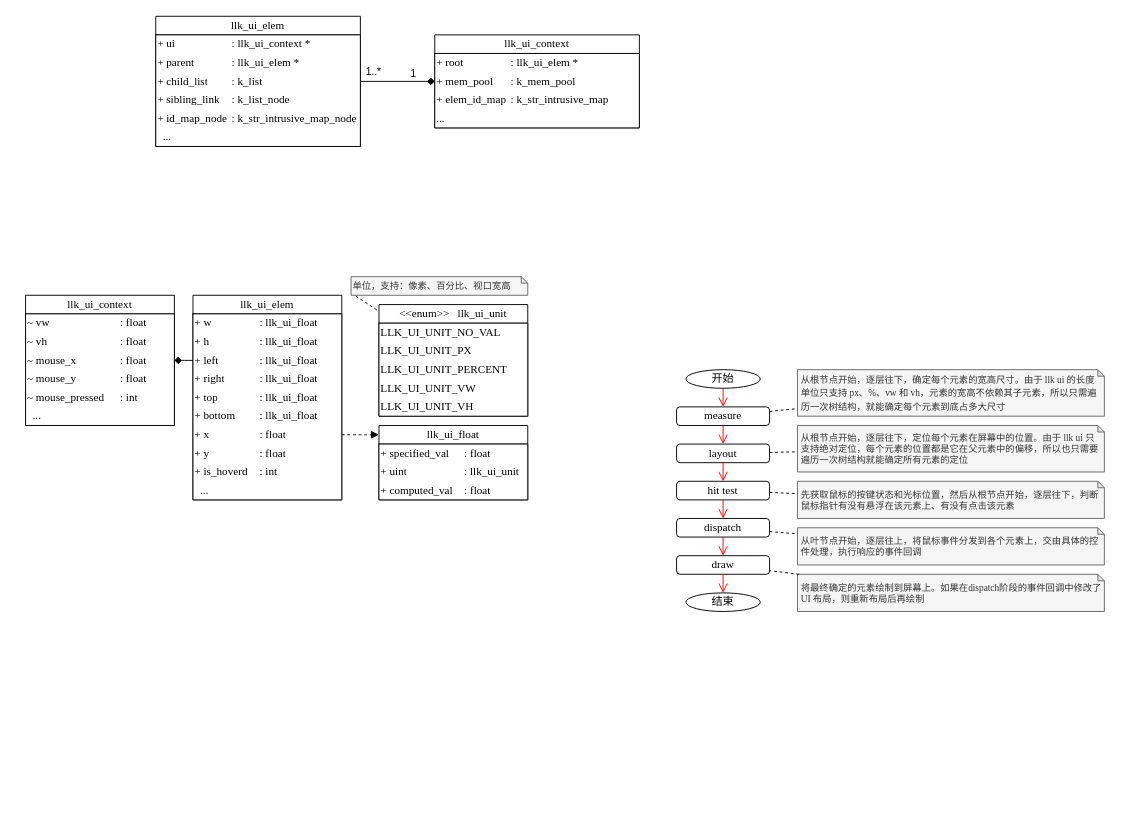
szdxdxdx/k_game keeps this draw.io diagram as page "llk UI" (17 of 18) of docs/drawio/k_game.drawio. Above is the earlier version. Source tidied: cells renumbered, new cells numbered last; positions are measured from the earlier drawing's top-left corner, leaving out a move shared by most shapes. Both pictures are drawn from the tidied source at 93%, with x=0, y=0 at pixel (25, 16).
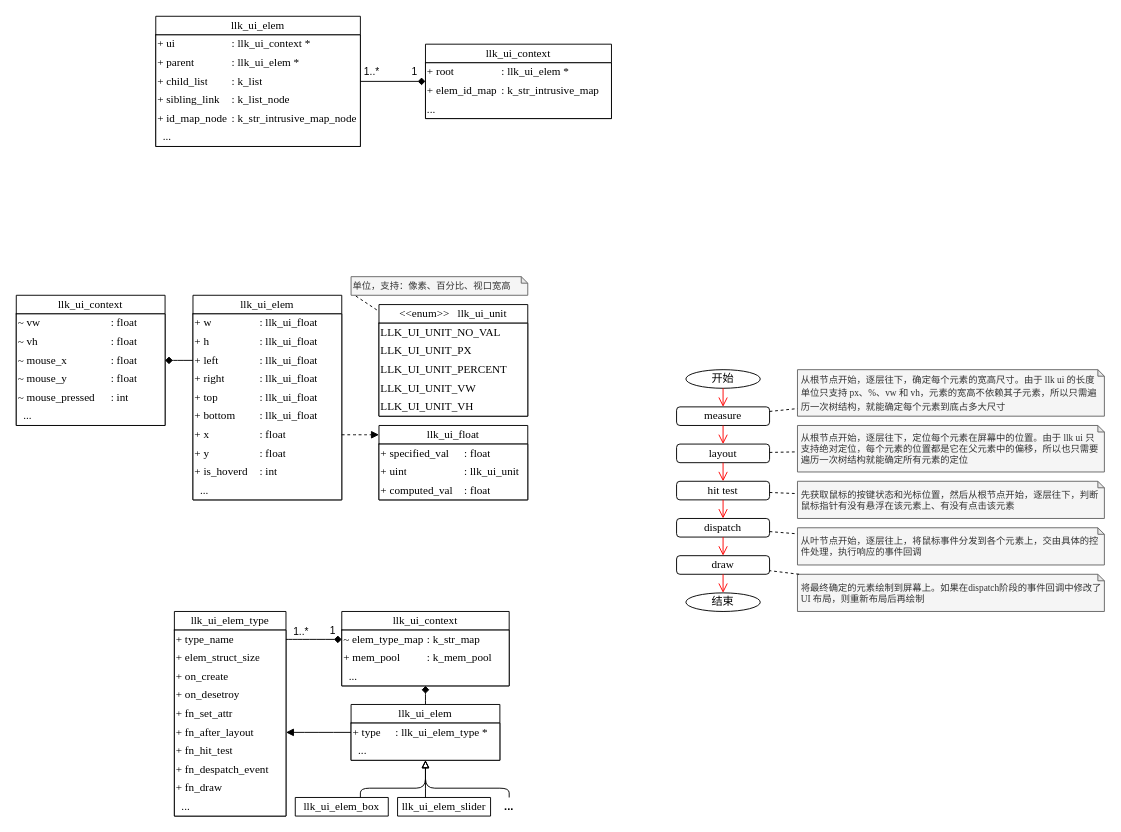
The same diagram, later.

Unchanged cells that the change refers to:
```xml
<mxCell id="36" style="endArrow=none;html=1;rounded=0;strokeColor=default;startArrow=diamond;startFill=1;" parent="1" edge="1" source="22" target="2">
  <mxGeometry relative="1" as="geometry" />
</mxCell>
```

Diff of the diagram source:
```diff
@@
     <mxCell id="22" value="&lt;font face=&quot;Times New Roman&quot;&gt;llk_ui_context&lt;/font&gt;" style="swimlane;fontStyle=0;horizontal=1;startSize=20;fillColor=#FFFFFF;whiteSpace=wrap;html=1;labelBackgroundColor=default;" parent="1" vertex="1">
-      <mxGeometry x="440" y="20" width="220" height="100" as="geometry" />
+      <mxGeometry x="430" y="30" width="200" height="80" as="geometry" />
     </mxCell>
     <mxCell id="23" style="shape=table;html=1;whiteSpace=wrap;startSize=0;childLayout=tableLayout;columnLines=0;rowLines=0;fontSize=16;strokeColor=default;align=left;" parent="22" vertex="1">
-      <mxGeometry y="20" width="220" height="80" as="geometry" />
+      <mxGeometry y="20" width="200" height="60" as="geometry" />
     </mxCell>
     <mxCell id="24" style="shape=tableRow;horizontal=0;startSize=0;swimlaneHead=0;swimlaneBody=0;top=0;left=0;bottom=0;right=0;fillColor=none;fontSize=16;strokeColor=inherit;" parent="23" vertex="1">
-      <mxGeometry width="220" height="20" as="geometry" />
+      <mxGeometry width="200" height="20" as="geometry" />
     </mxCell>
@@
     <mxCell id="26" value=":&amp;nbsp;llk_ui_elem *" style="shape=partialRectangle;html=1;whiteSpace=wrap;fillColor=none;top=0;left=0;bottom=0;right=0;overflow=hidden;fontSize=12;strokeColor=inherit;align=left;fontFamily=Times New Roman;" parent="24" vertex="1">
-      <mxGeometry x="80" width="140" height="20" as="geometry" />
+      <mxGeometry x="80" width="120" height="20" as="geometry" />
     </mxCell>
-    <mxCell id="27" style="shape=tableRow;horizontal=0;startSize=0;swimlaneHead=0;swimlaneBody=0;top=0;left=0;bottom=0;right=0;fillColor=none;fontSize=16;strokeColor=inherit;" parent="23" vertex="1">
-      <mxGeometry y="20" width="220" height="20" as="geometry" />
-    </mxCell>
-    <mxCell id="28" value="+ mem_pool" style="shape=partialRectangle;html=1;whiteSpace=wrap;fillColor=none;top=0;left=0;bottom=0;right=0;overflow=hidden;fontSize=12;strokeColor=inherit;align=left;fontFamily=Times New Roman;" parent="27" vertex="1">
-      <mxGeometry width="80" height="20" as="geometry" />
-    </mxCell>
-    <mxCell id="29" value=": k_mem_pool" style="shape=partialRectangle;html=1;whiteSpace=wrap;fillColor=none;top=0;left=0;bottom=0;right=0;overflow=hidden;fontSize=12;strokeColor=inherit;align=left;fontFamily=Times New Roman;" parent="27" vertex="1">
-      <mxGeometry x="80" width="140" height="20" as="geometry" />
-    </mxCell>
     <mxCell id="30" style="shape=tableRow;horizontal=0;startSize=0;swimlaneHead=0;swimlaneBody=0;top=0;left=0;bottom=0;right=0;fillColor=none;fontSize=16;strokeColor=inherit;" parent="23" vertex="1">
-      <mxGeometry y="40" width="220" height="20" as="geometry" />
+      <mxGeometry y="20" width="200" height="20" as="geometry" />
     </mxCell>
@@
     <mxCell id="32" value=": k_str_intrusive_map" style="shape=partialRectangle;html=1;whiteSpace=wrap;fillColor=none;top=0;left=0;bottom=0;right=0;overflow=hidden;fontSize=12;strokeColor=inherit;align=left;fontFamily=Times New Roman;" parent="30" vertex="1">
-      <mxGeometry x="80" width="140" height="20" as="geometry" />
+      <mxGeometry x="80" width="120" height="20" as="geometry" />
     </mxCell>
     <mxCell id="33" style="shape=tableRow;horizontal=0;startSize=0;swimlaneHead=0;swimlaneBody=0;top=0;left=0;bottom=0;right=0;fillColor=none;fontSize=16;strokeColor=inherit;" parent="23" vertex="1">
-      <mxGeometry y="60" width="220" height="20" as="geometry" />
+      <mxGeometry y="40" width="200" height="20" as="geometry" />
     </mxCell>
@@
     <mxCell id="35" style="shape=partialRectangle;html=1;whiteSpace=wrap;fillColor=none;top=0;left=0;bottom=0;right=0;overflow=hidden;fontSize=12;strokeColor=inherit;align=left;fontFamily=Times New Roman;" parent="33" vertex="1">
-      <mxGeometry x="80" width="140" height="20" as="geometry" />
+      <mxGeometry x="80" width="120" height="20" as="geometry" />
     </mxCell>
@@
     <mxCell id="38" value="1" style="edgeLabel;html=1;align=center;verticalAlign=middle;" parent="36" vertex="1">
       <mxGeometry x="-0.58" y="1" relative="1" as="geometry">
-        <mxPoint x="-7" y="-10" as="offset" />
+        <mxPoint x="2" y="-12" as="offset" />
       </mxGeometry>
     </mxCell>
@@
     <mxCell id="94" value="&lt;font face=&quot;Times New Roman&quot;&gt;llk_ui_context&lt;/font&gt;" style="swimlane;fontStyle=0;horizontal=1;startSize=20;fillColor=#FFFFFF;whiteSpace=wrap;html=1;labelBackgroundColor=default;" parent="1" vertex="1">
-      <mxGeometry y="300" width="160" height="140" as="geometry" />
+      <mxGeometry x="-10" y="300" width="160" height="140" as="geometry" />
     </mxCell>
@@
+    <mxCell id="141" value="&lt;font face=&quot;Times New Roman&quot;&gt;llk_ui_elem&lt;/font&gt;" style="swimlane;fontStyle=0;horizontal=1;startSize=20;fillColor=#FFFFFF;whiteSpace=wrap;html=1;labelBackgroundColor=default;" parent="1" vertex="1">
+      <mxGeometry x="350" y="740" width="160" height="60" as="geometry" />
+    </mxCell>
+    <mxCell id="142" style="shape=table;html=1;whiteSpace=wrap;startSize=0;childLayout=tableLayout;columnLines=0;rowLines=0;fontSize=16;strokeColor=default;align=left;" parent="141" vertex="1">
+      <mxGeometry y="20" width="160" height="40" as="geometry" />
+    </mxCell>
+    <mxCell id="143" style="shape=tableRow;horizontal=0;startSize=0;swimlaneHead=0;swimlaneBody=0;top=0;left=0;bottom=0;right=0;fillColor=none;fontSize=16;strokeColor=inherit;" parent="142" vertex="1">
+      <mxGeometry width="160" height="20" as="geometry" />
+    </mxCell>
+    <mxCell id="144" value="+ type" style="shape=partialRectangle;html=1;whiteSpace=wrap;fillColor=none;top=0;left=0;bottom=0;right=0;overflow=hidden;fontSize=12;strokeColor=inherit;align=left;fontFamily=Times New Roman;" parent="143" vertex="1">
+      <mxGeometry width="46" height="20" as="geometry" />
+    </mxCell>
+    <mxCell id="145" value=":&amp;nbsp;llk_ui_elem_type *" style="shape=partialRectangle;html=1;whiteSpace=wrap;fillColor=none;top=0;left=0;bottom=0;right=0;overflow=hidden;fontSize=12;strokeColor=inherit;align=left;fontFamily=Times New Roman;" parent="143" vertex="1">
+      <mxGeometry x="46" width="114" height="20" as="geometry" />
+    </mxCell>
+    <mxCell id="146" style="shape=tableRow;horizontal=0;startSize=0;swimlaneHead=0;swimlaneBody=0;top=0;left=0;bottom=0;right=0;fillColor=none;fontSize=16;strokeColor=inherit;" parent="142" vertex="1">
+      <mxGeometry y="20" width="160" height="20" as="geometry" />
+    </mxCell>
+    <mxCell id="147" value="&amp;nbsp; ..." style="shape=partialRectangle;html=1;whiteSpace=wrap;fillColor=none;top=0;left=0;bottom=0;right=0;overflow=hidden;fontSize=12;strokeColor=inherit;align=left;fontFamily=Times New Roman;" parent="146" vertex="1">
+      <mxGeometry width="46" height="20" as="geometry" />
+    </mxCell>
+    <mxCell id="148" style="shape=partialRectangle;html=1;whiteSpace=wrap;fillColor=none;top=0;left=0;bottom=0;right=0;overflow=hidden;fontSize=12;strokeColor=inherit;align=left;fontFamily=Times New Roman;" parent="146" vertex="1">
+      <mxGeometry x="46" width="114" height="20" as="geometry" />
+    </mxCell>
+    <mxCell id="149" value="&lt;font face=&quot;Times New Roman&quot;&gt;llk_ui_elem_type&lt;/font&gt;" style="swimlane;fontStyle=0;horizontal=1;startSize=20;fillColor=#FFFFFF;whiteSpace=wrap;html=1;labelBackgroundColor=default;" parent="1" vertex="1">
+      <mxGeometry x="160" y="640" width="120" height="220" as="geometry" />
+    </mxCell>
+    <mxCell id="150" style="shape=table;html=1;whiteSpace=wrap;startSize=0;childLayout=tableLayout;columnLines=0;rowLines=0;fontSize=16;strokeColor=default;align=left;" parent="149" vertex="1">
+      <mxGeometry y="20" width="120" height="200" as="geometry" />
+    </mxCell>
+    <mxCell id="151" style="shape=tableRow;horizontal=0;startSize=0;swimlaneHead=0;swimlaneBody=0;top=0;left=0;bottom=0;right=0;fillColor=none;fontSize=16;strokeColor=inherit;" parent="150" vertex="1">
+      <mxGeometry width="120" height="20" as="geometry" />
+    </mxCell>
+    <mxCell id="152" value="+ type_name" style="shape=partialRectangle;html=1;whiteSpace=wrap;fillColor=none;top=0;left=0;bottom=0;right=0;overflow=hidden;fontSize=12;strokeColor=inherit;align=left;fontFamily=Times New Roman;" parent="151" vertex="1">
+      <mxGeometry width="120" height="20" as="geometry" />
+    </mxCell>
+    <mxCell id="153" style="shape=tableRow;horizontal=0;startSize=0;swimlaneHead=0;swimlaneBody=0;top=0;left=0;bottom=0;right=0;fillColor=none;fontSize=16;strokeColor=inherit;" parent="150" vertex="1">
+      <mxGeometry y="20" width="120" height="20" as="geometry" />
+    </mxCell>
+    <mxCell id="154" value="+ elem_struct_size" style="shape=partialRectangle;html=1;whiteSpace=wrap;fillColor=none;top=0;left=0;bottom=0;right=0;overflow=hidden;fontSize=12;strokeColor=inherit;align=left;fontFamily=Times New Roman;" parent="153" vertex="1">
+      <mxGeometry width="120" height="20" as="geometry" />
+    </mxCell>
+    <mxCell id="155" style="shape=tableRow;horizontal=0;startSize=0;swimlaneHead=0;swimlaneBody=0;top=0;left=0;bottom=0;right=0;fillColor=none;fontSize=16;strokeColor=inherit;" parent="150" vertex="1">
+      <mxGeometry y="40" width="120" height="20" as="geometry" />
+    </mxCell>
+    <mxCell id="156" value="+ on_create" style="shape=partialRectangle;html=1;whiteSpace=wrap;fillColor=none;top=0;left=0;bottom=0;right=0;overflow=hidden;fontSize=12;strokeColor=inherit;align=left;fontFamily=Times New Roman;" parent="155" vertex="1">
+      <mxGeometry width="120" height="20" as="geometry" />
+    </mxCell>
+    <mxCell id="157" style="shape=tableRow;horizontal=0;startSize=0;swimlaneHead=0;swimlaneBody=0;top=0;left=0;bottom=0;right=0;fillColor=none;fontSize=16;strokeColor=inherit;" parent="150" vertex="1">
+      <mxGeometry y="60" width="120" height="20" as="geometry" />
+    </mxCell>
+    <mxCell id="158" value="+ on_desetroy" style="shape=partialRectangle;html=1;whiteSpace=wrap;fillColor=none;top=0;left=0;bottom=0;right=0;overflow=hidden;fontSize=12;strokeColor=inherit;align=left;fontFamily=Times New Roman;" parent="157" vertex="1">
+      <mxGeometry width="120" height="20" as="geometry" />
+    </mxCell>
+    <mxCell id="159" style="shape=tableRow;horizontal=0;startSize=0;swimlaneHead=0;swimlaneBody=0;top=0;left=0;bottom=0;right=0;fillColor=none;fontSize=16;strokeColor=inherit;" parent="150" vertex="1">
+      <mxGeometry y="80" width="120" height="20" as="geometry" />
+    </mxCell>
+    <mxCell id="160" value="+ fn_set_attr" style="shape=partialRectangle;html=1;whiteSpace=wrap;fillColor=none;top=0;left=0;bottom=0;right=0;overflow=hidden;fontSize=12;strokeColor=inherit;align=left;fontFamily=Times New Roman;" parent="159" vertex="1">
+      <mxGeometry width="120" height="20" as="geometry" />
+    </mxCell>
+    <mxCell id="161" style="shape=tableRow;horizontal=0;startSize=0;swimlaneHead=0;swimlaneBody=0;top=0;left=0;bottom=0;right=0;fillColor=none;fontSize=16;strokeColor=inherit;" parent="150" vertex="1">
+      <mxGeometry y="100" width="120" height="20" as="geometry" />
+    </mxCell>
+    <mxCell id="162" value="+ fn_after_layout" style="shape=partialRectangle;html=1;whiteSpace=wrap;fillColor=none;top=0;left=0;bottom=0;right=0;overflow=hidden;fontSize=12;strokeColor=inherit;align=left;fontFamily=Times New Roman;" parent="161" vertex="1">
+      <mxGeometry width="120" height="20" as="geometry" />
+    </mxCell>
+    <mxCell id="163" style="shape=tableRow;horizontal=0;startSize=0;swimlaneHead=0;swimlaneBody=0;top=0;left=0;bottom=0;right=0;fillColor=none;fontSize=16;strokeColor=inherit;" parent="150" vertex="1">
+      <mxGeometry y="120" width="120" height="20" as="geometry" />
+    </mxCell>
+    <mxCell id="164" value="+ fn_hit_test" style="shape=partialRectangle;html=1;whiteSpace=wrap;fillColor=none;top=0;left=0;bottom=0;right=0;overflow=hidden;fontSize=12;strokeColor=inherit;align=left;fontFamily=Times New Roman;" parent="163" vertex="1">
+      <mxGeometry width="120" height="20" as="geometry" />
+    </mxCell>
+    <mxCell id="165" style="shape=tableRow;horizontal=0;startSize=0;swimlaneHead=0;swimlaneBody=0;top=0;left=0;bottom=0;right=0;fillColor=none;fontSize=16;strokeColor=inherit;" parent="150" vertex="1">
+      <mxGeometry y="140" width="120" height="20" as="geometry" />
+    </mxCell>
+    <mxCell id="166" value="+ fn_despatch_event" style="shape=partialRectangle;html=1;whiteSpace=wrap;fillColor=none;top=0;left=0;bottom=0;right=0;overflow=hidden;fontSize=12;strokeColor=inherit;align=left;fontFamily=Times New Roman;" parent="165" vertex="1">
+      <mxGeometry width="120" height="20" as="geometry" />
+    </mxCell>
+    <mxCell id="167" style="shape=tableRow;horizontal=0;startSize=0;swimlaneHead=0;swimlaneBody=0;top=0;left=0;bottom=0;right=0;fillColor=none;fontSize=16;strokeColor=inherit;" parent="150" vertex="1">
+      <mxGeometry y="160" width="120" height="20" as="geometry" />
+    </mxCell>
+    <mxCell id="168" value="+ fn_draw" style="shape=partialRectangle;html=1;whiteSpace=wrap;fillColor=none;top=0;left=0;bottom=0;right=0;overflow=hidden;fontSize=12;strokeColor=inherit;align=left;fontFamily=Times New Roman;" parent="167" vertex="1">
+      <mxGeometry width="120" height="20" as="geometry" />
+    </mxCell>
+    <mxCell id="169" style="shape=tableRow;horizontal=0;startSize=0;swimlaneHead=0;swimlaneBody=0;top=0;left=0;bottom=0;right=0;fillColor=none;fontSize=16;strokeColor=inherit;" parent="150" vertex="1">
+      <mxGeometry y="180" width="120" height="20" as="geometry" />
+    </mxCell>
+    <mxCell id="170" value="&amp;nbsp; ..." style="shape=partialRectangle;html=1;whiteSpace=wrap;fillColor=none;top=0;left=0;bottom=0;right=0;overflow=hidden;fontSize=12;strokeColor=inherit;align=left;fontFamily=Times New Roman;" parent="169" vertex="1">
+      <mxGeometry width="120" height="20" as="geometry" />
+    </mxCell>
+    <mxCell id="171" value="&lt;font face=&quot;Times New Roman&quot;&gt;llk_ui_context&lt;/font&gt;" style="swimlane;fontStyle=0;horizontal=1;startSize=20;fillColor=#FFFFFF;whiteSpace=wrap;html=1;labelBackgroundColor=default;" parent="1" vertex="1">
+      <mxGeometry x="340" y="640" width="180" height="80" as="geometry" />
+    </mxCell>
+    <mxCell id="172" style="shape=table;html=1;whiteSpace=wrap;startSize=0;childLayout=tableLayout;columnLines=0;rowLines=0;fontSize=16;strokeColor=default;align=left;" parent="171" vertex="1">
+      <mxGeometry y="20" width="180" height="60" as="geometry" />
+    </mxCell>
+    <mxCell id="173" style="shape=tableRow;horizontal=0;startSize=0;swimlaneHead=0;swimlaneBody=0;top=0;left=0;bottom=0;right=0;fillColor=none;fontSize=16;strokeColor=inherit;" parent="172" vertex="1">
+      <mxGeometry width="180" height="20" as="geometry" />
+    </mxCell>
+    <mxCell id="174" value="~ elem_type_map" style="shape=partialRectangle;html=1;whiteSpace=wrap;fillColor=none;top=0;left=0;bottom=0;right=0;overflow=hidden;fontSize=12;strokeColor=inherit;align=left;fontFamily=Times New Roman;" parent="173" vertex="1">
+      <mxGeometry width="90" height="20" as="geometry" />
+    </mxCell>
+    <mxCell id="175" value=": k_str_map" style="shape=partialRectangle;html=1;whiteSpace=wrap;fillColor=none;top=0;left=0;bottom=0;right=0;overflow=hidden;fontSize=12;strokeColor=inherit;align=left;fontFamily=Times New Roman;" parent="173" vertex="1">
+      <mxGeometry x="90" width="90" height="20" as="geometry" />
+    </mxCell>
+    <mxCell id="176" style="shape=tableRow;horizontal=0;startSize=0;swimlaneHead=0;swimlaneBody=0;top=0;left=0;bottom=0;right=0;fillColor=none;fontSize=16;strokeColor=inherit;" parent="172" vertex="1">
+      <mxGeometry y="20" width="180" height="20" as="geometry" />
+    </mxCell>
+    <mxCell id="28" value="+ mem_pool" style="shape=partialRectangle;html=1;whiteSpace=wrap;fillColor=none;top=0;left=0;bottom=0;right=0;overflow=hidden;fontSize=12;strokeColor=inherit;align=left;fontFamily=Times New Roman;" parent="176" vertex="1">
+      <mxGeometry width="90" height="20" as="geometry" />
+    </mxCell>
+    <mxCell id="29" value=": k_mem_pool" style="shape=partialRectangle;html=1;whiteSpace=wrap;fillColor=none;top=0;left=0;bottom=0;right=0;overflow=hidden;fontSize=12;strokeColor=inherit;align=left;fontFamily=Times New Roman;" parent="176" vertex="1">
+      <mxGeometry x="90" width="90" height="20" as="geometry" />
+    </mxCell>
+    <mxCell id="177" style="shape=tableRow;horizontal=0;startSize=0;swimlaneHead=0;swimlaneBody=0;top=0;left=0;bottom=0;right=0;fillColor=none;fontSize=16;strokeColor=inherit;" parent="172" vertex="1">
+      <mxGeometry y="40" width="180" height="20" as="geometry" />
+    </mxCell>
+    <mxCell id="178" value="&amp;nbsp; ..." style="shape=partialRectangle;html=1;whiteSpace=wrap;fillColor=none;top=0;left=0;bottom=0;right=0;overflow=hidden;fontSize=12;strokeColor=inherit;align=left;fontFamily=Times New Roman;" parent="177" vertex="1">
+      <mxGeometry width="90" height="20" as="geometry" />
+    </mxCell>
+    <mxCell id="179" style="shape=partialRectangle;html=1;whiteSpace=wrap;fillColor=none;top=0;left=0;bottom=0;right=0;overflow=hidden;fontSize=12;strokeColor=inherit;align=left;fontFamily=Times New Roman;" parent="177" vertex="1">
+      <mxGeometry x="90" width="90" height="20" as="geometry" />
+    </mxCell>
+    <mxCell id="180" style="endArrow=block;html=1;rounded=0;edgeStyle=orthogonalEdgeStyle;curved=1;endFill=1;" parent="1" edge="1" source="141" target="149">
+      <mxGeometry relative="1" as="geometry">
+        <Array as="points">
+          <mxPoint x="310" y="770" />
+          <mxPoint x="310" y="770" />
+        </Array>
+      </mxGeometry>
+    </mxCell>
+    <mxCell id="181" style="endArrow=none;html=1;rounded=0;strokeColor=default;startArrow=diamond;startFill=1;edgeStyle=orthogonalEdgeStyle;curved=1;" parent="1" edge="1" source="171" target="149">
+      <mxGeometry relative="1" as="geometry">
+        <Array as="points">
+          <mxPoint x="290" y="670" />
+          <mxPoint x="290" y="670" />
+        </Array>
+      </mxGeometry>
+    </mxCell>
+    <mxCell id="182" value="1..*" style="edgeLabel;html=1;align=center;verticalAlign=middle;" parent="181" vertex="1">
+      <mxGeometry x="0.58" y="1" relative="1" as="geometry">
+        <mxPoint x="2" y="-10" as="offset" />
+      </mxGeometry>
+    </mxCell>
+    <mxCell id="183" value="1" style="edgeLabel;html=1;align=center;verticalAlign=middle;" parent="181" vertex="1">
+      <mxGeometry x="-0.56" relative="1" as="geometry">
+        <mxPoint x="2" y="-10" as="offset" />
+      </mxGeometry>
+    </mxCell>
+    <mxCell id="184" value="&lt;font face=&quot;Times New Roman&quot;&gt;llk_ui_elem_box&lt;/font&gt;" style="swimlane;fontStyle=0;horizontal=1;startSize=20;fillColor=#FFFFFF;whiteSpace=wrap;html=1;labelBackgroundColor=default;" parent="1" vertex="1">
+      <mxGeometry x="290" y="840" width="100" height="20" as="geometry" />
+    </mxCell>
+    <mxCell id="185" value="&lt;font face=&quot;Times New Roman&quot;&gt;llk_ui_elem_slider&lt;/font&gt;" style="swimlane;fontStyle=0;horizontal=1;startSize=20;fillColor=#FFFFFF;whiteSpace=wrap;html=1;labelBackgroundColor=default;" parent="1" vertex="1">
+      <mxGeometry x="400" y="840" width="100" height="20" as="geometry" />
+    </mxCell>
+    <mxCell id="186" style="endArrow=none;html=1;rounded=0;strokeColor=default;startArrow=diamond;startFill=1;edgeStyle=orthogonalEdgeStyle;curved=1;" parent="1" edge="1" source="171" target="141">
+      <mxGeometry relative="1" as="geometry">
+        <Array as="points">
+          <mxPoint x="430" y="730" />
+          <mxPoint x="430" y="730" />
+        </Array>
+      </mxGeometry>
+    </mxCell>
+    <mxCell id="187" style="endArrow=block;html=1;rounded=1;endFill=0;edgeStyle=orthogonalEdgeStyle;" parent="1" edge="1" source="184" target="141">
+      <mxGeometry relative="1" as="geometry">
+        <Array as="points">
+          <mxPoint x="360" y="830" />
+          <mxPoint x="430" y="830" />
+        </Array>
+      </mxGeometry>
+    </mxCell>
+    <mxCell id="188" style="endArrow=block;html=1;rounded=1;endFill=0;edgeStyle=orthogonalEdgeStyle;" parent="1" edge="1" source="185" target="141">
+      <mxGeometry relative="1" as="geometry">
+        <Array as="points">
+          <mxPoint x="430" y="820" />
+          <mxPoint x="430" y="820" />
+        </Array>
+      </mxGeometry>
+    </mxCell>
+    <mxCell id="189" style="endArrow=block;html=1;rounded=1;endFill=0;edgeStyle=orthogonalEdgeStyle;" parent="1" edge="1" source="190" target="141">
+      <mxGeometry relative="1" as="geometry">
+        <Array as="points">
+          <mxPoint x="520" y="830" />
+          <mxPoint x="430" y="830" />
+        </Array>
+      </mxGeometry>
+    </mxCell>
+    <mxCell id="190" value="&lt;b&gt;...&lt;/b&gt;" style="text;html=1;strokeColor=none;fillColor=none;align=center;verticalAlign=middle;whiteSpace=wrap;rounded=0;" parent="1" vertex="1">
+      <mxGeometry x="510" y="840" width="20" height="20" as="geometry" />
+    </mxCell>
```
